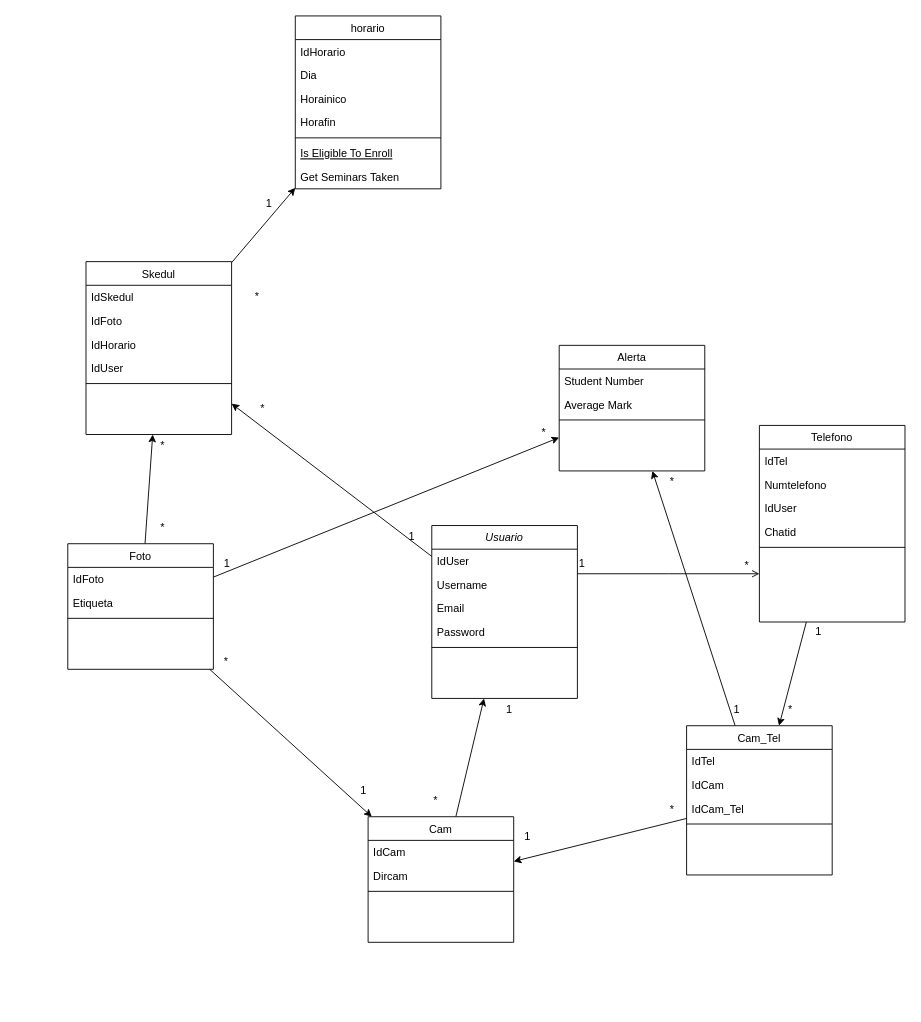
Earlier version of the draw.io diagram Diagrama Clases/DBVigilanciaDiagram.drawio (GonzaloGassele/Vigilancia-Inteligente). Source tidied: cells renumbered, new cells numbered last; positions are measured from the earlier drawing's top-left corner, leaving out a move shared by most shapes. Both pictures are drawn from the tidied source at 91%, with x=0, y=0 at pixel (67, 15).
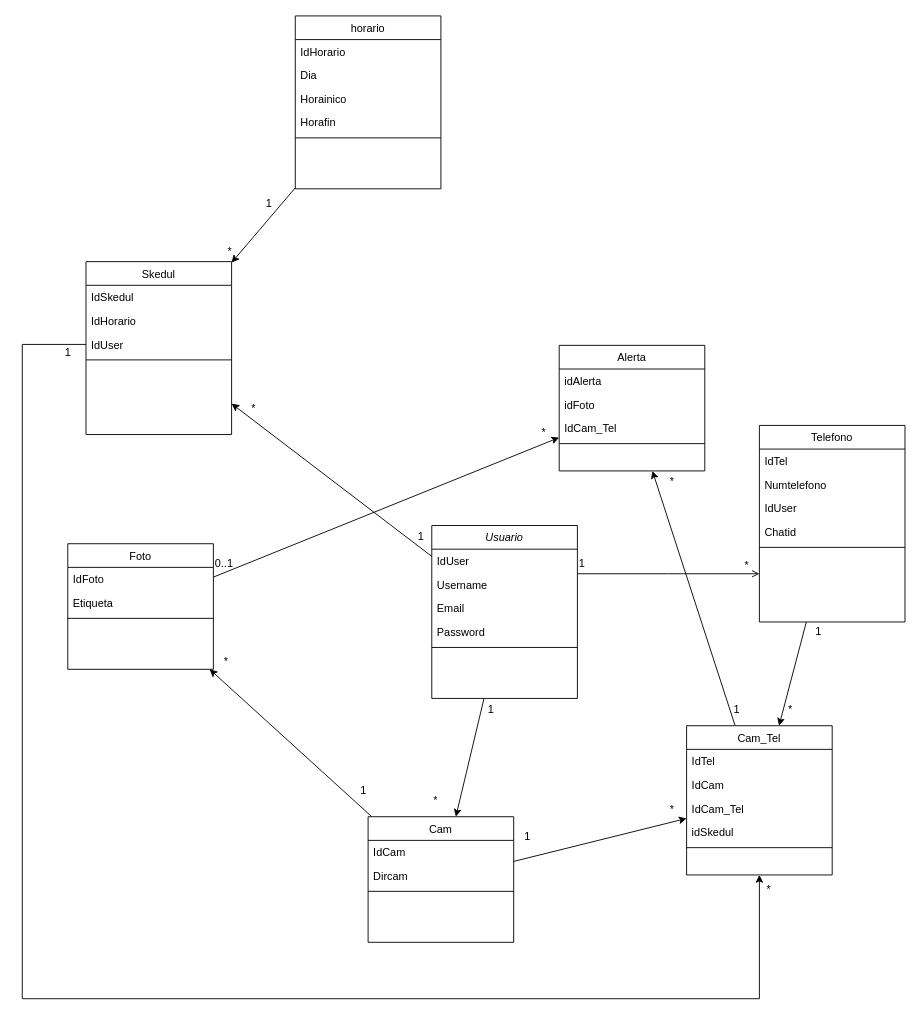
After the change.

Unchanged cells that the change refers to:
```xml
<mxCell id="3" value="Usuario" style="swimlane;fontStyle=2;align=center;verticalAlign=top;horizontal=1;startSize=26;rounded=0;shadow=0;strokeWidth=1;" parent="1" vertex="1">
  <mxGeometry x="400" y="560" width="160" height="190" as="geometry" />
</mxCell>
<mxCell id="12" value="Foto" style="swimlane;fontStyle=0;align=center;verticalAlign=top;horizontal=1;startSize=26;rounded=0;shadow=0;strokeWidth=1;" parent="1" vertex="1">
  <mxGeometry y="580" width="160" height="138" as="geometry" />
</mxCell>
<mxCell id="17" value="Telefono" style="swimlane;fontStyle=0;align=center;verticalAlign=top;horizontal=1;startSize=26;rounded=0;shadow=0;strokeWidth=1;" parent="1" vertex="1">
  <mxGeometry x="760" y="450" width="160" height="216" as="geometry" />
</mxCell>
<mxCell id="27" value="Cam_Tel" style="swimlane;fontStyle=0;align=center;verticalAlign=top;horizontal=1;startSize=26;rounded=0;shadow=0;strokeWidth=1;" parent="1" vertex="1">
  <mxGeometry x="680" y="780" width="160" height="164" as="geometry" />
</mxCell>
<mxCell id="33" value="Cam" style="swimlane;fontStyle=0;align=center;verticalAlign=top;horizontal=1;startSize=26;rounded=0;shadow=0;strokeWidth=1;" parent="1" vertex="1">
  <mxGeometry x="330" y="880" width="160" height="138" as="geometry" />
</mxCell>
<mxCell id="37" value="horario" style="swimlane;fontStyle=0;align=center;verticalAlign=top;horizontal=1;startSize=26;rounded=0;shadow=0;strokeWidth=1;" parent="1" vertex="1">
  <mxGeometry x="250" width="160" height="190" as="geometry" />
</mxCell>
<mxCell id="45" value="Alerta" style="swimlane;fontStyle=0;align=center;verticalAlign=top;horizontal=1;startSize=26;rounded=0;shadow=0;strokeWidth=1;" parent="1" vertex="1">
  <mxGeometry x="540" y="362" width="160" height="138" as="geometry" />
</mxCell>
<mxCell id="50" value="Skedul&#10;" style="swimlane;fontStyle=0;align=center;verticalAlign=top;horizontal=1;startSize=26;rounded=0;shadow=0;strokeWidth=1;" parent="1" vertex="1">
  <mxGeometry x="20" y="270" width="160" height="190" as="geometry" />
</mxCell>
```

What changed in the source:
```diff
@@
-    <mxCell id="9" style="edgeStyle=none;rounded=0;jettySize=auto;html=1;" parent="1" edge="1" source="12" target="50">
-      <mxGeometry relative="1" as="geometry" />
-    </mxCell>
-    <mxCell id="10" style="edgeStyle=none;rounded=0;jettySize=auto;html=1;" parent="1" edge="1" source="12" target="33">
+    <mxCell id="10" style="edgeStyle=none;rounded=0;jettySize=auto;html=1;endArrow=none;endFill=0;startArrow=classic;startFill=1;" parent="1" edge="1" source="12" target="33">
       <mxGeometry relative="1" as="geometry" />
     </mxCell>
@@
-    <mxCell id="16" style="rounded=0;jettySize=auto;html=1;" parent="1" edge="1" source="17" target="27">
+    <mxCell id="16" style="rounded=0;jettySize=auto;html=1;endArrow=classic;endFill=1;startArrow=none;startFill=0;" parent="1" edge="1" source="17" target="27">
       <mxGeometry relative="1" as="geometry" />
     </mxCell>
@@
-    <mxCell id="25" style="rounded=0;jettySize=auto;html=1;" parent="1" edge="1" source="27" target="33">
+    <mxCell id="25" style="rounded=0;jettySize=auto;html=1;endArrow=none;endFill=0;startArrow=classic;startFill=1;" parent="1" edge="1" source="27" target="33">
       <mxGeometry relative="1" as="geometry" />
     </mxCell>
-    <mxCell id="26" style="edgeStyle=none;rounded=0;jettySize=auto;html=1;" parent="1" edge="1" source="27" target="45">
+    <mxCell id="26" style="edgeStyle=none;rounded=0;jettySize=auto;html=1;endArrow=classic;endFill=1;startArrow=none;startFill=0;" parent="1" edge="1" source="27" target="45">
       <mxGeometry relative="1" as="geometry" />
     </mxCell>
@@
+    <mxCell id="75" value="idSkedul" style="text;align=left;verticalAlign=top;spacingLeft=4;spacingRight=4;overflow=hidden;rounded=0;shadow=0;html=0;" parent="27" vertex="1">
+      <mxGeometry y="104" width="160" height="26" as="geometry" />
+    </mxCell>
     <mxCell id="31" style="line;html=1;strokeWidth=1;align=left;verticalAlign=middle;spacingTop=-1;spacingLeft=3;spacingRight=3;labelPosition=right;" parent="27" vertex="1">
-      <mxGeometry y="104" width="160" height="8" as="geometry" />
+      <mxGeometry y="130" width="160" height="8" as="geometry" />
     </mxCell>
-    <mxCell id="32" style="rounded=0;jettySize=auto;html=1;" parent="1" edge="1" source="33" target="3">
+    <mxCell id="32" style="rounded=0;jettySize=auto;html=1;endArrow=none;endFill=0;startArrow=classic;startFill=1;" parent="1" edge="1" source="33" target="3">
       <mxGeometry relative="1" as="geometry" />
     </mxCell>
@@
-    <mxCell id="43" value="Is Eligible To Enroll" style="text;align=left;verticalAlign=top;spacingLeft=4;spacingRight=4;overflow=hidden;fontStyle=4;" parent="37" vertex="1">
-      <mxGeometry y="138" width="160" height="26" as="geometry" />
-    </mxCell>
-    <mxCell id="44" value="Get Seminars Taken" style="text;align=left;verticalAlign=top;spacingLeft=4;spacingRight=4;overflow=hidden;" parent="37" vertex="1">
-      <mxGeometry y="164" width="160" height="26" as="geometry" />
-    </mxCell>
@@
-    <mxCell id="46" value="Student Number" style="text;align=left;verticalAlign=top;spacingLeft=4;spacingRight=4;overflow=hidden;" parent="45" vertex="1">
+    <mxCell id="46" value="idAlerta" style="text;align=left;verticalAlign=top;spacingLeft=4;spacingRight=4;overflow=hidden;" parent="45" vertex="1">
       <mxGeometry y="26" width="160" height="26" as="geometry" />
     </mxCell>
-    <mxCell id="47" value="Average Mark" style="text;align=left;verticalAlign=top;spacingLeft=4;spacingRight=4;overflow=hidden;rounded=0;shadow=0;html=0;" parent="45" vertex="1">
+    <mxCell id="47" value="idFoto" style="text;align=left;verticalAlign=top;spacingLeft=4;spacingRight=4;overflow=hidden;rounded=0;shadow=0;html=0;" parent="45" vertex="1">
       <mxGeometry y="52" width="160" height="26" as="geometry" />
     </mxCell>
+    <mxCell id="76" value="IdCam_Tel" style="text;align=left;verticalAlign=top;spacingLeft=4;spacingRight=4;overflow=hidden;rounded=0;shadow=0;html=0;" parent="45" vertex="1">
+      <mxGeometry y="78" width="160" height="26" as="geometry" />
+    </mxCell>
     <mxCell id="48" style="line;html=1;strokeWidth=1;align=left;verticalAlign=middle;spacingTop=-1;spacingLeft=3;spacingRight=3;labelPosition=right;" parent="45" vertex="1">
-      <mxGeometry y="78" width="160" height="8" as="geometry" />
+      <mxGeometry y="104" width="160" height="8" as="geometry" />
     </mxCell>
-    <mxCell id="49" style="edgeStyle=none;rounded=0;jettySize=auto;html=1;" parent="1" edge="1" source="50" target="37">
+    <mxCell id="49" style="edgeStyle=none;rounded=0;jettySize=auto;html=1;endArrow=none;endFill=0;startArrow=classic;startFill=1;" parent="1" edge="1" source="50" target="37">
       <mxGeometry relative="1" as="geometry" />
     </mxCell>
@@
-    <mxCell id="52" value="IdFoto" style="text;align=left;verticalAlign=top;spacingLeft=4;spacingRight=4;overflow=hidden;rounded=0;shadow=0;html=0;" parent="50" vertex="1">
-      <mxGeometry y="52" width="160" height="26" as="geometry" />
-    </mxCell>
     <mxCell id="53" value="IdHorario&#10;" style="text;align=left;verticalAlign=top;spacingLeft=4;spacingRight=4;overflow=hidden;rounded=0;shadow=0;html=0;" parent="50" vertex="1">
-      <mxGeometry y="78" width="160" height="26" as="geometry" />
+      <mxGeometry y="52" width="160" height="26" as="geometry" />
     </mxCell>
     <mxCell id="54" value="IdUser" style="text;align=left;verticalAlign=top;spacingLeft=4;spacingRight=4;overflow=hidden;rounded=0;shadow=0;html=0;" parent="50" vertex="1">
-      <mxGeometry y="104" width="160" height="26" as="geometry" />
+      <mxGeometry y="78" width="160" height="26" as="geometry" />
     </mxCell>
     <mxCell id="55" style="line;html=1;strokeWidth=1;align=left;verticalAlign=middle;spacingTop=-1;spacingLeft=3;spacingRight=3;labelPosition=right;" parent="50" vertex="1">
-      <mxGeometry y="130" width="160" height="8" as="geometry" />
+      <mxGeometry y="104" width="160" height="8" as="geometry" />
     </mxCell>
     <mxCell id="56" value="*" style="align=left;verticalAlign=bottom;labelBackgroundColor=none;fontSize=12;" parent="1" vertex="1">
-      <mxGeometry x="210" y="440" as="geometry" />
+      <mxGeometry x="200" y="440" as="geometry" />
     </mxCell>
     <mxCell id="57" value="1" style="align=left;verticalAlign=bottom;labelBackgroundColor=none;fontSize=12;" parent="1" vertex="1">
-      <mxGeometry x="390" y="550" as="geometry">
+      <mxGeometry x="400" y="550" as="geometry">
         <mxPoint x="-17" y="30" as="offset" />
       </mxGeometry>
     </mxCell>
     <mxCell id="58" value="*" style="align=left;verticalAlign=bottom;labelBackgroundColor=none;fontSize=12;" parent="1" vertex="1">
-      <mxGeometry x="260" y="320" as="geometry">
+      <mxGeometry x="230" y="270" as="geometry">
         <mxPoint x="-56" y="-3" as="offset" />
       </mxGeometry>
     </mxCell>
@@
     <mxCell id="60" value="1" style="align=left;verticalAlign=bottom;labelBackgroundColor=none;fontSize=12;" parent="1" vertex="1">
-      <mxGeometry x="480" y="770" as="geometry" />
+      <mxGeometry x="460" y="770" as="geometry" />
     </mxCell>
@@
-    <mxCell id="70" value="1" style="align=left;verticalAlign=bottom;labelBackgroundColor=none;fontSize=12;" parent="1" vertex="1">
-      <mxGeometry x="170" y="610" as="geometry" />
+    <mxCell id="70" value="0..1" style="align=left;verticalAlign=bottom;labelBackgroundColor=none;fontSize=12;" parent="1" vertex="1">
+      <mxGeometry x="160" y="610" as="geometry" />
     </mxCell>
@@
-    <mxCell id="73" value="*" style="align=left;verticalAlign=bottom;labelBackgroundColor=none;fontSize=12;" parent="1" vertex="1">
-      <mxGeometry x="100" y="480" as="geometry" />
-    </mxCell>
-    <mxCell id="74" value="*" style="align=left;verticalAlign=bottom;labelBackgroundColor=none;fontSize=12;" parent="1" vertex="1">
-      <mxGeometry x="100" y="570" as="geometry" />
-    </mxCell>
+    <mxCell id="77" style="edgeStyle=orthogonalEdgeStyle;rounded=0;jettySize=auto;html=1;entryX=0.5;entryY=1;entryDx=0;entryDy=0;startArrow=none;startFill=0;endArrow=classic;endFill=1;" parent="1" edge="1" target="27">
+      <mxGeometry relative="1" as="geometry">
+        <mxPoint x="20" y="361" as="sourcePoint" />
+        <Array as="points">
+          <mxPoint x="-50" y="361" />
+          <mxPoint x="-50" y="1080" />
+          <mxPoint x="760" y="1080" />
+        </Array>
+      </mxGeometry>
+    </mxCell>
+    <mxCell id="78" value="*" style="text;html=1;align=center;verticalAlign=middle;strokeColor=none;fillColor=none;" parent="1" vertex="1">
+      <mxGeometry x="760" y="950" width="20" height="20" as="geometry" />
+    </mxCell>
+    <mxCell id="79" value="1" style="text;html=1;align=center;verticalAlign=middle;strokeColor=none;fillColor=none;" parent="1" vertex="1">
+      <mxGeometry x="-10" y="360" width="20" height="20" as="geometry" />
+    </mxCell>
```
